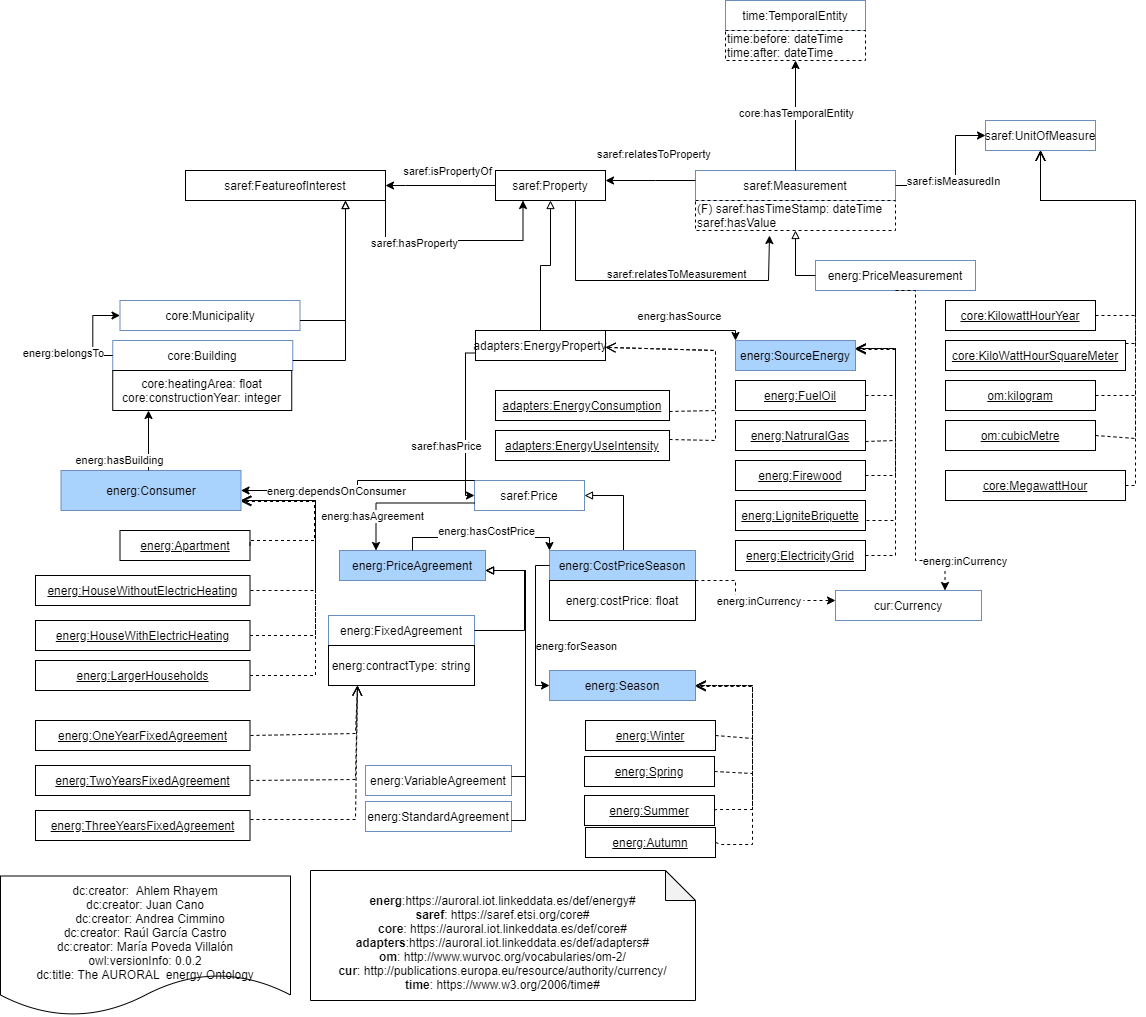
oeg-upm/auroral-energy-ontology keeps this draw.io diagram as diagram/energy.png. Above is the earlier version. Source tidied: cells renumbered, new cells last; positions are measured from the earlier drawing's top-left corner, leaving out a move shared by most shapes.
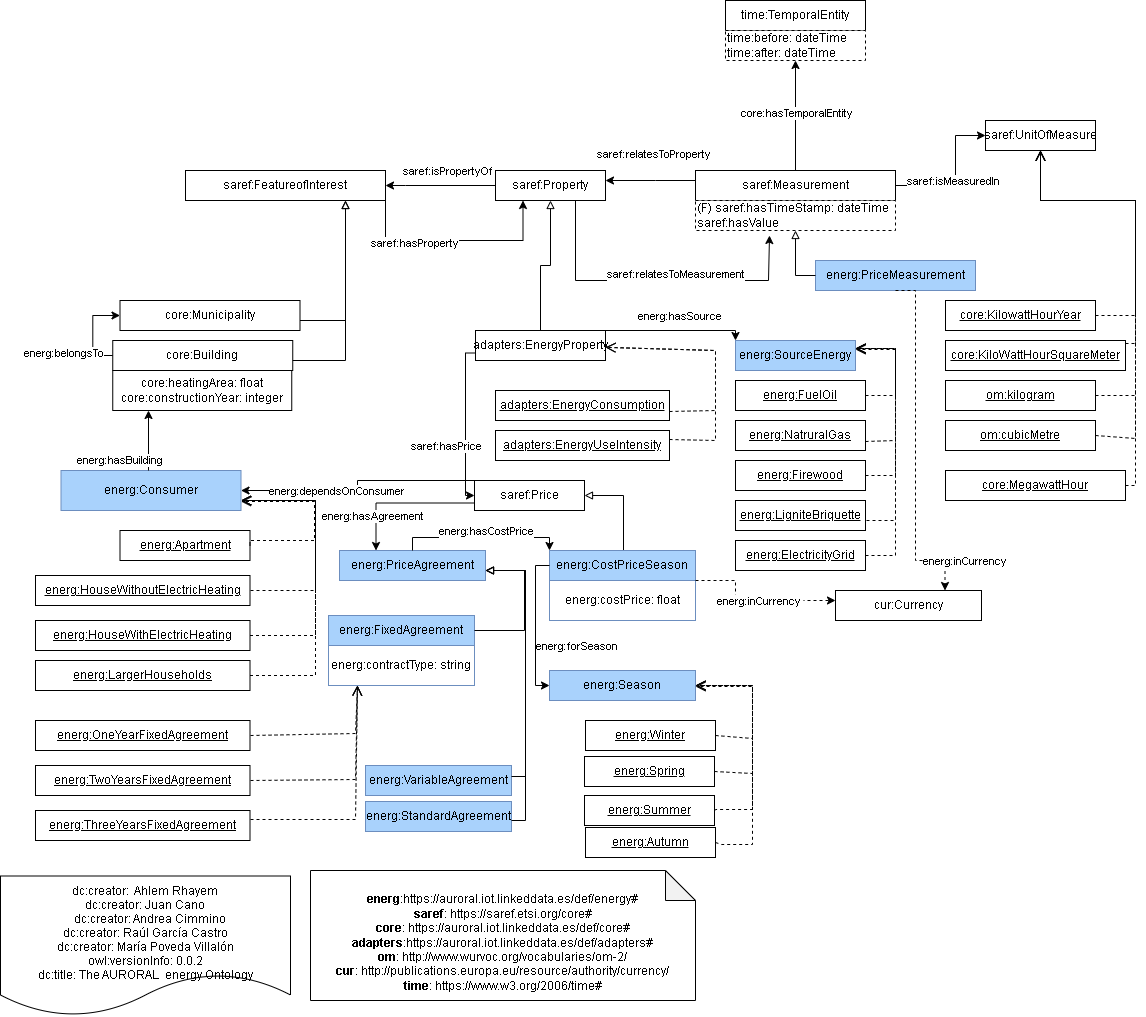
Above is the later version.

The edit, as a diff of the source:
```diff
@@ -19,7 +19,7 @@
     <mxCell id="5" value="adapters:EnergyProperty" style="rounded=0;whiteSpace=wrap;html=1;fillColor=#FFFFFF;strokeColor=#000000;" parent="1" vertex="1">
       <mxGeometry x="475" y="330" width="130" height="30" as="geometry" />
     </mxCell>
-    <mxCell id="6" value="core:Municipality" style="rounded=0;whiteSpace=wrap;html=1;fillColor=#FFFFFF;strokeColor=#6c8ebf;" parent="1" vertex="1">
+    <mxCell id="6" value="core:Municipality" style="rounded=0;whiteSpace=wrap;html=1;fillColor=#FFFFFF;strokeColor=#000000;" parent="1" vertex="1">
       <mxGeometry x="119.5" y="300" width="180" height="30" as="geometry" />
     </mxCell>
     <mxCell id="7" style="edgeStyle=orthogonalEdgeStyle;rounded=0;jettySize=auto;html=1;endArrow=block;endFill=0;" parent="1" edge="1" source="6" target="2">
@@ -29,10 +29,10 @@
         </Array>
       </mxGeometry>
     </mxCell>
-    <mxCell id="8" value="core:Building" style="rounded=0;whiteSpace=wrap;html=1;fillColor=#FFFFFF;strokeColor=#6c8ebf;" parent="1" vertex="1">
+    <mxCell id="8" value="core:Building" style="rounded=0;whiteSpace=wrap;html=1;fillColor=#FFFFFF;strokeColor=#000000;" parent="1" vertex="1">
       <mxGeometry x="112.2" y="340" width="180" height="30" as="geometry" />
     </mxCell>
-    <mxCell id="9" value="core:heatingArea: float&lt;br&gt;core:constructionYear: integer" style="rounded=0;whiteSpace=wrap;html=1;snapToPoint=1;points=[[0.1,0],[0.2,0],[0.3,0],[0.4,0],[0.5,0],[0.6,0],[0.7,0],[0.8,0],[0.9,0],[0,0.1],[0,0.3],[0,0.5],[0,0.7],[0,0.9],[0.1,1],[0.2,1],[0.3,1],[0.4,1],[0.5,1],[0.6,1],[0.7,1],[0.8,1],[0.9,1],[1,0.1],[1,0.3],[1,0.5],[1,0.7],[1,0.9]];" parent="1" vertex="1">
+    <mxCell id="9" value="core:heatingArea: float&lt;br&gt;core:constructionYear: integer" style="rounded=0;whiteSpace=wrap;html=1;snapToPoint=1;points=[[0.1,0],[0.2,0],[0.3,0],[0.4,0],[0.5,0],[0.6,0],[0.7,0],[0.8,0],[0.9,0],[0,0.1],[0,0.3],[0,0.5],[0,0.7],[0,0.9],[0.1,1],[0.2,1],[0.3,1],[0.4,1],[0.5,1],[0.6,1],[0.7,1],[0.8,1],[0.9,1],[1,0.1],[1,0.3],[1,0.5],[1,0.7],[1,0.9]];strokeColor=#000000;" parent="1" vertex="1">
       <mxGeometry x="112.2" y="370" width="179" height="40" as="geometry" />
     </mxCell>
     <mxCell id="10" style="edgeStyle=orthogonalEdgeStyle;rounded=0;jettySize=auto;html=1;endArrow=block;endFill=0;" parent="1" edge="1" source="8" target="2">
@@ -53,7 +53,7 @@
     <mxCell id="13" value="&lt;u&gt;energ:LargerHouseholds&lt;/u&gt;" style="rounded=0;whiteSpace=wrap;html=1;snapToPoint=1;points=[[0.1,0],[0.2,0],[0.3,0],[0.4,0],[0.5,0],[0.6,0],[0.7,0],[0.8,0],[0.9,0],[0,0.1],[0,0.3],[0,0.5],[0,0.7],[0,0.9],[0.1,1],[0.2,1],[0.3,1],[0.4,1],[0.5,1],[0.6,1],[0.7,1],[0.8,1],[0.9,1],[1,0.1],[1,0.3],[1,0.5],[1,0.7],[1,0.9]];" parent="1" vertex="1">
       <mxGeometry x="35" y="660" width="214.5" height="30" as="geometry" />
     </mxCell>
-    <mxCell id="14" value="saref:Price" style="rounded=0;whiteSpace=wrap;html=1;fillColor=#FFFFFF;strokeColor=#6c8ebf;" parent="1" vertex="1">
+    <mxCell id="14" value="saref:Price" style="rounded=0;whiteSpace=wrap;html=1;fillColor=#FFFFFF;strokeColor=#000000;" parent="1" vertex="1">
       <mxGeometry x="474" y="480" width="110" height="30" as="geometry" />
     </mxCell>
     <mxCell id="15" style="edgeStyle=orthogonalEdgeStyle;rounded=0;jettySize=auto;html=1;exitX=0;exitY=0.75;exitDx=0;exitDy=0;endArrow=classic;endFill=1;" parent="1" edge="1" source="5" target="14">
@@ -143,7 +143,7 @@
         <mxPoint y="1" as="offset" />
       </mxGeometry>
     </mxCell>
-    <mxCell id="33" value="saref:Measurement" style="rounded=0;whiteSpace=wrap;html=1;fillColor=#FFFFFF;strokeColor=#6c8ebf;" parent="1" vertex="1">
+    <mxCell id="33" value="saref:Measurement" style="rounded=0;whiteSpace=wrap;html=1;fillColor=#FFFFFF;strokeColor=#000000;" parent="1" vertex="1">
       <mxGeometry x="695" y="170" width="200" height="30" as="geometry" />
     </mxCell>
     <mxCell id="34" style="edgeStyle=orthogonalEdgeStyle;rounded=0;jettySize=auto;html=1;endArrow=classic;endFill=1;" parent="1" edge="1" source="33" target="23">
@@ -154,7 +154,7 @@
         </Array>
       </mxGeometry>
     </mxCell>
-    <mxCell id="35" value="saref:UnitOfMeasure" style="rounded=0;whiteSpace=wrap;html=1;fillColor=#FFFFFF;strokeColor=#6c8ebf;" parent="1" vertex="1">
+    <mxCell id="35" value="saref:UnitOfMeasure" style="rounded=0;whiteSpace=wrap;html=1;fillColor=#FFFFFF;strokeColor=#000000;" parent="1" vertex="1">
       <mxGeometry x="985" y="120" width="110" height="30" as="geometry" />
     </mxCell>
     <mxCell id="36" style="edgeStyle=orthogonalEdgeStyle;rounded=0;jettySize=auto;html=1;endArrow=classic;endFill=1;exitX=1;exitY=0.5;exitDx=0;exitDy=0;" parent="1" edge="1" source="33" target="35">
@@ -348,7 +348,7 @@
     <mxCell id="67" value="energ:CostPriceSeason" style="rounded=0;whiteSpace=wrap;html=1;fillColor=#A9D2FC;strokeColor=#6c8ebf;" parent="1" vertex="1">
       <mxGeometry x="549" y="550" width="146" height="30" as="geometry" />
     </mxCell>
-    <mxCell id="68" value="energ:costPrice: float" style="rounded=0;whiteSpace=wrap;html=1;" parent="1" vertex="1">
+    <mxCell id="68" value="energ:costPrice: float" style="rounded=0;whiteSpace=wrap;html=1;strokeColor=#6C8EBF;" parent="1" vertex="1">
       <mxGeometry x="549" y="580" width="146" height="40" as="geometry" />
     </mxCell>
     <mxCell id="69" value="energ:Season" style="rounded=0;whiteSpace=wrap;html=1;fillColor=#A9D2FC;strokeColor=#6c8ebf;" parent="1" vertex="1">
@@ -416,13 +416,13 @@
     <mxCell id="80" value="energ:PriceAgreement" style="rounded=0;whiteSpace=wrap;html=1;fillColor=#A9D2FC;strokeColor=#6c8ebf;" parent="1" vertex="1">
       <mxGeometry x="339" y="550" width="146" height="30" as="geometry" />
     </mxCell>
-    <mxCell id="81" value="energ:FixedAgreement" style="rounded=0;whiteSpace=wrap;html=1;fillColor=#FFFFFF;strokeColor=#6c8ebf;" parent="1" vertex="1">
+    <mxCell id="81" value="energ:FixedAgreement" style="rounded=0;whiteSpace=wrap;html=1;fillColor=#A9D2FC;strokeColor=#6C8EBF;" parent="1" vertex="1">
       <mxGeometry x="328" y="615" width="146" height="30" as="geometry" />
     </mxCell>
-    <mxCell id="82" value="energ:VariableAgreement" style="rounded=0;whiteSpace=wrap;html=1;fillColor=#FFFFFF;strokeColor=#6c8ebf;" parent="1" vertex="1">
+    <mxCell id="82" value="energ:VariableAgreement" style="rounded=0;whiteSpace=wrap;html=1;fillColor=#A9D2FC;strokeColor=#6c8ebf;" parent="1" vertex="1">
       <mxGeometry x="365" y="765" width="146" height="30" as="geometry" />
     </mxCell>
-    <mxCell id="83" value="energ:StandardAgreement" style="rounded=0;whiteSpace=wrap;html=1;fillColor=#FFFFFF;strokeColor=#6c8ebf;" parent="1" vertex="1">
+    <mxCell id="83" value="energ:StandardAgreement" style="rounded=0;whiteSpace=wrap;html=1;fillColor=#A9D2FC;strokeColor=#6c8ebf;" parent="1" vertex="1">
       <mxGeometry x="365" y="801" width="146" height="30" as="geometry" />
     </mxCell>
     <mxCell id="84" style="edgeStyle=orthogonalEdgeStyle;rounded=0;jettySize=auto;html=1;endArrow=block;endFill=0;" parent="1" edge="1" source="81" target="80">
@@ -449,10 +449,10 @@
         </Array>
       </mxGeometry>
     </mxCell>
-    <mxCell id="87" value="energ:contractType: string" style="rounded=0;whiteSpace=wrap;html=1;snapToPoint=1;points=[[0.1,0],[0.2,0],[0.3,0],[0.4,0],[0.5,0],[0.6,0],[0.7,0],[0.8,0],[0.9,0],[0,0.1],[0,0.3],[0,0.5],[0,0.7],[0,0.9],[0.1,1],[0.2,1],[0.3,1],[0.4,1],[0.5,1],[0.6,1],[0.7,1],[0.8,1],[0.9,1],[1,0.1],[1,0.3],[1,0.5],[1,0.7],[1,0.9]];" parent="1" vertex="1">
+    <mxCell id="87" value="energ:contractType: string" style="rounded=0;whiteSpace=wrap;html=1;snapToPoint=1;points=[[0.1,0],[0.2,0],[0.3,0],[0.4,0],[0.5,0],[0.6,0],[0.7,0],[0.8,0],[0.9,0],[0,0.1],[0,0.3],[0,0.5],[0,0.7],[0,0.9],[0.1,1],[0.2,1],[0.3,1],[0.4,1],[0.5,1],[0.6,1],[0.7,1],[0.8,1],[0.9,1],[1,0.1],[1,0.3],[1,0.5],[1,0.7],[1,0.9]];strokeColor=#6C8EBF;" parent="1" vertex="1">
       <mxGeometry x="328" y="645" width="146" height="40" as="geometry" />
     </mxCell>
-    <mxCell id="88" value="cur:Currency" style="rounded=0;whiteSpace=wrap;html=1;fillColor=#FFFFFF;strokeColor=#6c8ebf;" parent="1" vertex="1">
+    <mxCell id="88" value="cur:Currency" style="rounded=0;whiteSpace=wrap;html=1;fillColor=#FFFFFF;strokeColor=#000000;" parent="1" vertex="1">
       <mxGeometry x="835" y="590" width="146" height="30" as="geometry" />
     </mxCell>
     <mxCell id="89" value="energ:inCurrency" style="edgeStyle=orthogonalEdgeStyle;rounded=0;jettySize=auto;endArrow=classic;endFill=1;dashed=1;" parent="1" edge="1" source="67" target="88">
@@ -509,7 +509,7 @@
         </Array>
       </mxGeometry>
     </mxCell>
-    <mxCell id="99" value="energ:PriceMeasurement" style="rounded=0;whiteSpace=wrap;html=1;fillColor=#FFFFFF;strokeColor=#6c8ebf;" parent="1" vertex="1">
+    <mxCell id="99" value="energ:PriceMeasurement" style="rounded=0;whiteSpace=wrap;html=1;fillColor=#A9D2FC;strokeColor=#6c8ebf;" parent="1" vertex="1">
       <mxGeometry x="815" y="260" width="160" height="30" as="geometry" />
     </mxCell>
     <mxCell id="100" style="edgeStyle=orthogonalEdgeStyle;rounded=0;jettySize=auto;html=1;endArrow=block;endFill=0;exitX=0;exitY=0.5;exitDx=0;exitDy=0;entryX=0.5;entryY=1;entryDx=0;entryDy=0;" parent="1" edge="1" source="99" target="94">
@@ -533,7 +533,7 @@
         <mxPoint x="2" y="-19" as="offset" />
       </mxGeometry>
     </mxCell>
-    <mxCell id="104" value="time:TemporalEntity" style="rounded=0;whiteSpace=wrap;html=1;fillColor=#FFFFFF;strokeColor=#6c8ebf;" parent="1" vertex="1">
+    <mxCell id="104" value="time:TemporalEntity" style="rounded=0;whiteSpace=wrap;html=1;fillColor=#FFFFFF;strokeColor=#000000;" parent="1" vertex="1">
       <mxGeometry x="725" width="140" height="30" as="geometry" />
     </mxCell>
     <mxCell id="105" value="time:before: dateTime&lt;br&gt;time:after: dateTime" style="rounded=0;whiteSpace=wrap;html=1;snapToPoint=1;points=[[0.1,0],[0.2,0],[0.3,0],[0.4,0],[0.5,0],[0.6,0],[0.7,0],[0.8,0],[0.9,0],[0,0.1],[0,0.3],[0,0.5],[0,0.7],[0,0.9],[0.1,1],[0.2,1],[0.3,1],[0.4,1],[0.5,1],[0.6,1],[0.7,1],[0.8,1],[0.9,1],[1,0.1],[1,0.3],[1,0.5],[1,0.7],[1,0.9]];dashed=1;align=left;" parent="1" vertex="1">
```
